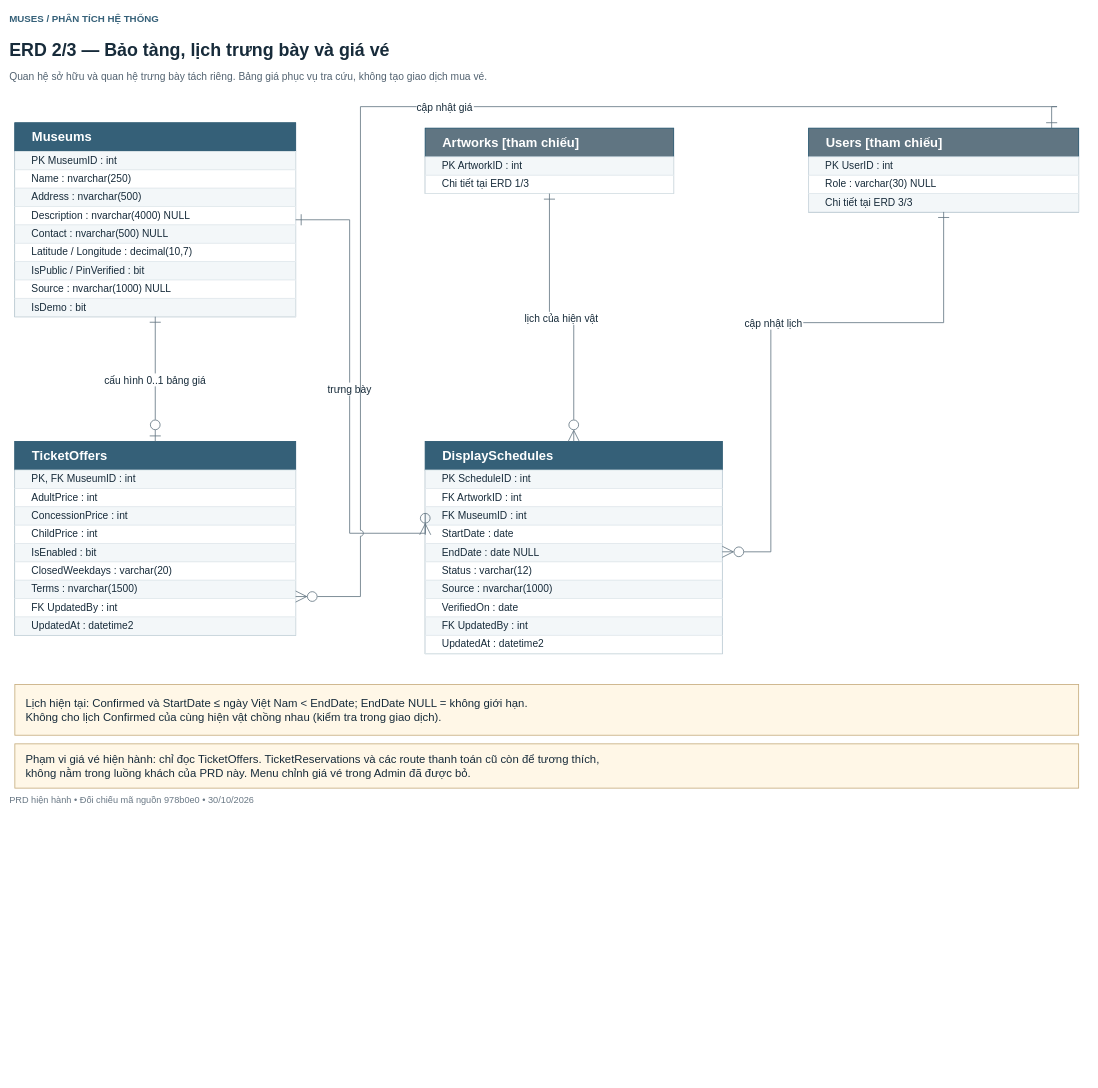
The draw.io diagram page "ERD 2/4 — Bảo tàng, lịch trưng bày và giá vé" (2 of 4) of docs/prd/diagrams/source/Muses_ERD.drawio in baybbut/CNPM_GROUP6, before the edit. Source tidied: cells renumbered, new cells numbered last; positions are measured from the earlier drawing's top-left corner, leaving out a move shared by most shapes. Both pictures are drawn from the tidied source at 54%, with x=0, y=0 at pixel (9, 9).
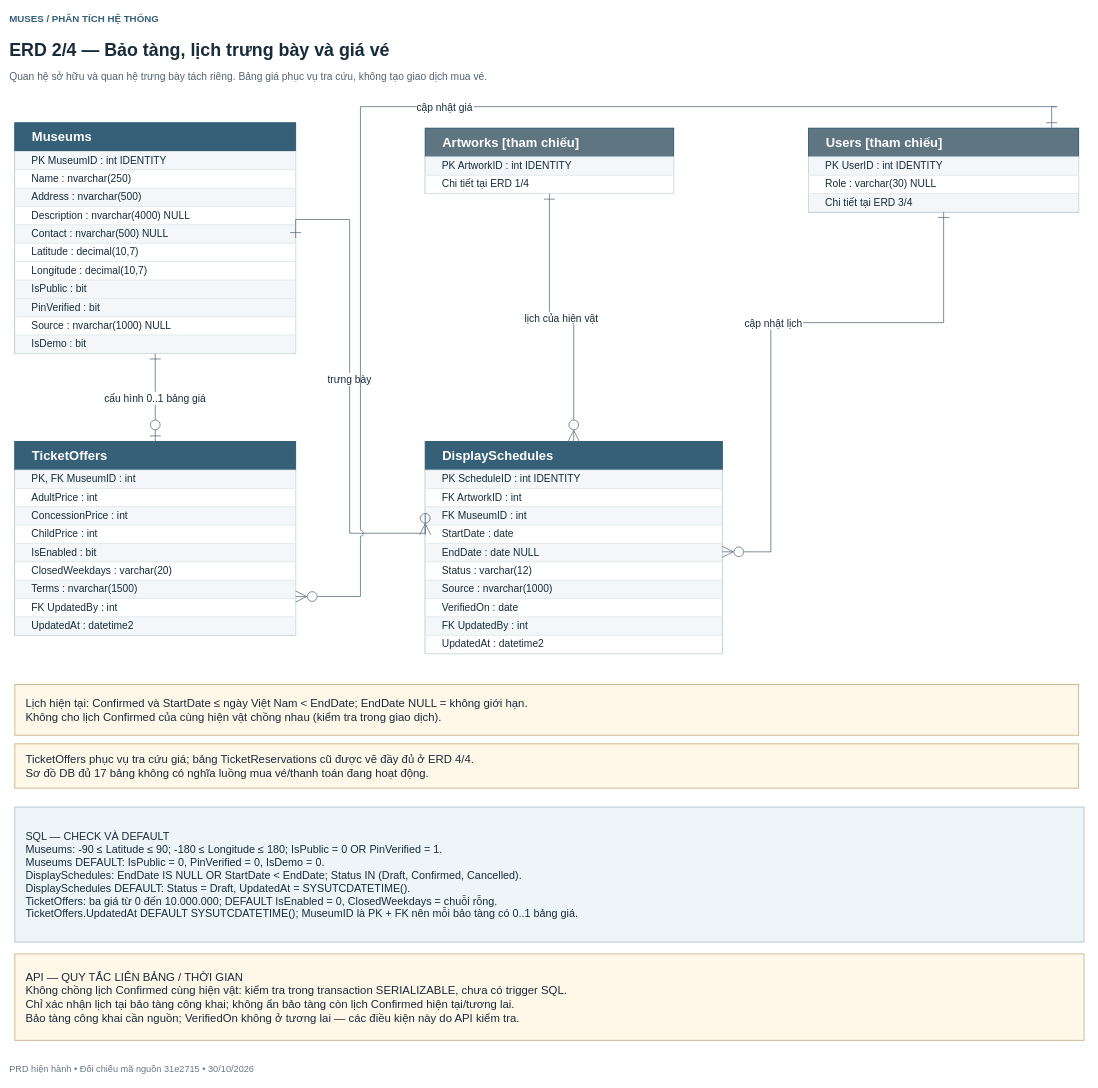
After the change.

The edit, as a diff of the source:
```diff
@@
-    <mxCell id="3" value="ERD 2/3 — Bảo tàng, lịch trưng bày và giá vé" style="fontFamily=Arial;html=0;convertToSvg=1;svgWhiteSpace=wrap;fontColor=#172B3A;text;strokeColor=none;fillColor=none;align=left;verticalAlign=middle;whiteSpace=wrap;overflow=hidden;fontSize=33;fontColor=#172B3A;fontStyle=1;spacing=0;" parent="1" vertex="1">
+    <mxCell id="3" value="ERD 2/4 — Bảo tàng, lịch trưng bày và giá vé" style="fontFamily=Arial;html=0;convertToSvg=1;svgWhiteSpace=wrap;fontColor=#172B3A;text;strokeColor=none;fillColor=none;align=left;verticalAlign=middle;whiteSpace=wrap;overflow=hidden;fontSize=33;fontColor=#172B3A;fontStyle=1;spacing=0;" parent="1" vertex="1">
       <mxGeometry y="44" width="2000" height="60" as="geometry" />
     </mxCell>
@@
-    <mxCell id="5" value="PRD hiện hành • Đối chiếu mã nguồn 978b0e0 • 30/10/2026" style="fontFamily=Arial;html=0;convertToSvg=1;svgWhiteSpace=wrap;fontColor=#172B3A;text;strokeColor=none;fillColor=none;align=left;verticalAlign=middle;whiteSpace=wrap;overflow=hidden;fontSize=17;fontColor=#687784;fontStyle=0;spacing=0;" parent="1" vertex="1">
-      <mxGeometry y="1449" width="2000" height="32" as="geometry" />
+    <mxCell id="5" value="PRD hiện hành • Đối chiếu mã nguồn 31e2715 • 30/10/2026" style="fontFamily=Arial;html=0;convertToSvg=1;svgWhiteSpace=wrap;fontColor=#172B3A;text;strokeColor=none;fillColor=none;align=left;verticalAlign=middle;whiteSpace=wrap;overflow=hidden;fontSize=17;fontColor=#687784;fontStyle=0;spacing=0;" parent="1" vertex="1">
+      <mxGeometry y="1948" width="2000" height="32" as="geometry" />
     </mxCell>
     <mxCell id="6" style="fontFamily=Arial;html=0;convertToSvg=1;svgWhiteSpace=wrap;fontColor=#172B3A;rounded=0;whiteSpace=wrap;fillColor=#FFFFFF;strokeColor=#356078;strokeWidth=1.5;fontSize=22;spacing=16;" parent="1" vertex="1">
-      <mxGeometry x="10" y="210" width="520" height="359" as="geometry" />
+      <mxGeometry x="10" y="210" width="520" height="427" as="geometry" />
     </mxCell>
@@
-    <mxCell id="8" value="PK  MuseumID : int" style="fontFamily=Arial;html=0;convertToSvg=1;svgWhiteSpace=wrap;fontColor=#172B3A;rounded=0;whiteSpace=wrap;fillColor=#F3F7F9;strokeColor=#E2E9ED;strokeWidth=1.5;fontSize=19;spacing=16;align=left;spacingLeft=15;spacingTop=0;spacingBottom=0;" parent="1" vertex="1">
+    <mxCell id="8" value="PK  MuseumID : int IDENTITY" style="fontFamily=Arial;html=0;convertToSvg=1;svgWhiteSpace=wrap;fontColor=#172B3A;rounded=0;whiteSpace=wrap;fillColor=#F3F7F9;strokeColor=#E2E9ED;strokeWidth=1.5;fontSize=19;spacing=16;align=left;spacingLeft=15;spacingTop=0;spacingBottom=0;" parent="1" vertex="1">
       <mxGeometry x="10" y="263" width="520" height="34" as="geometry" />
     </mxCell>
@@
-    <mxCell id="13" value="Latitude / Longitude : decimal(10,7)" style="fontFamily=Arial;html=0;convertToSvg=1;svgWhiteSpace=wrap;fontColor=#172B3A;rounded=0;whiteSpace=wrap;fillColor=#FFFFFF;strokeColor=#E2E9ED;strokeWidth=1.5;fontSize=19;spacing=16;align=left;spacingLeft=15;spacingTop=0;spacingBottom=0;" parent="1" vertex="1">
+    <mxCell id="13" value="Latitude : decimal(10,7)" style="fontFamily=Arial;html=0;convertToSvg=1;svgWhiteSpace=wrap;fontColor=#172B3A;rounded=0;whiteSpace=wrap;fillColor=#FFFFFF;strokeColor=#E2E9ED;strokeWidth=1.5;fontSize=19;spacing=16;align=left;spacingLeft=15;spacingTop=0;spacingBottom=0;" parent="1" vertex="1">
       <mxGeometry x="10" y="433" width="520" height="34" as="geometry" />
     </mxCell>
-    <mxCell id="14" value="IsPublic / PinVerified : bit" style="fontFamily=Arial;html=0;convertToSvg=1;svgWhiteSpace=wrap;fontColor=#172B3A;rounded=0;whiteSpace=wrap;fillColor=#F3F7F9;strokeColor=#E2E9ED;strokeWidth=1.5;fontSize=19;spacing=16;align=left;spacingLeft=15;spacingTop=0;spacingBottom=0;" parent="1" vertex="1">
-      <mxGeometry x="10" y="467" width="520" height="34" as="geometry" />
+    <mxCell id="14" value="IsPublic : bit" style="fontFamily=Arial;html=0;convertToSvg=1;svgWhiteSpace=wrap;fontColor=#172B3A;rounded=0;whiteSpace=wrap;fillColor=#F3F7F9;strokeColor=#E2E9ED;strokeWidth=1.5;fontSize=19;spacing=16;align=left;spacingLeft=15;spacingTop=0;spacingBottom=0;" parent="1" vertex="1">
+      <mxGeometry x="10" y="501" width="520" height="34" as="geometry" />
     </mxCell>
     <mxCell id="15" value="Source : nvarchar(1000) NULL" style="fontFamily=Arial;html=0;convertToSvg=1;svgWhiteSpace=wrap;fontColor=#172B3A;rounded=0;whiteSpace=wrap;fillColor=#FFFFFF;strokeColor=#E2E9ED;strokeWidth=1.5;fontSize=19;spacing=16;align=left;spacingLeft=15;spacingTop=0;spacingBottom=0;" parent="1" vertex="1">
-      <mxGeometry x="10" y="501" width="520" height="34" as="geometry" />
+      <mxGeometry x="10" y="569" width="520" height="34" as="geometry" />
     </mxCell>
     <mxCell id="16" value="IsDemo : bit" style="fontFamily=Arial;html=0;convertToSvg=1;svgWhiteSpace=wrap;fontColor=#172B3A;rounded=0;whiteSpace=wrap;fillColor=#F3F7F9;strokeColor=#E2E9ED;strokeWidth=1.5;fontSize=19;spacing=16;align=left;spacingLeft=15;spacingTop=0;spacingBottom=0;" parent="1" vertex="1">
-      <mxGeometry x="10" y="535" width="520" height="34" as="geometry" />
+      <mxGeometry x="10" y="603" width="520" height="34" as="geometry" />
     </mxCell>
@@
-    <mxCell id="19" value="PK  ArtworkID : int" style="fontFamily=Arial;html=0;convertToSvg=1;svgWhiteSpace=wrap;fontColor=#172B3A;rounded=0;whiteSpace=wrap;fillColor=#F3F7F9;strokeColor=#E2E9ED;strokeWidth=1.5;fontSize=19;spacing=16;align=left;spacingLeft=15;spacingTop=0;spacingBottom=0;" parent="1" vertex="1">
+    <mxCell id="19" value="PK  ArtworkID : int IDENTITY" style="fontFamily=Arial;html=0;convertToSvg=1;svgWhiteSpace=wrap;fontColor=#172B3A;rounded=0;whiteSpace=wrap;fillColor=#F3F7F9;strokeColor=#E2E9ED;strokeWidth=1.5;fontSize=19;spacing=16;align=left;spacingLeft=15;spacingTop=0;spacingBottom=0;" parent="1" vertex="1">
       <mxGeometry x="770" y="273" width="460" height="34" as="geometry" />
     </mxCell>
-    <mxCell id="20" value="Chi tiết tại ERD 1/3" style="fontFamily=Arial;html=0;convertToSvg=1;svgWhiteSpace=wrap;fontColor=#172B3A;rounded=0;whiteSpace=wrap;fillColor=#FFFFFF;strokeColor=#E2E9ED;strokeWidth=1.5;fontSize=19;spacing=16;align=left;spacingLeft=15;spacingTop=0;spacingBottom=0;" parent="1" vertex="1">
+    <mxCell id="20" value="Chi tiết tại ERD 1/4" style="fontFamily=Arial;html=0;convertToSvg=1;svgWhiteSpace=wrap;fontColor=#172B3A;rounded=0;whiteSpace=wrap;fillColor=#FFFFFF;strokeColor=#E2E9ED;strokeWidth=1.5;fontSize=19;spacing=16;align=left;spacingLeft=15;spacingTop=0;spacingBottom=0;" parent="1" vertex="1">
       <mxGeometry x="770" y="307" width="460" height="34" as="geometry" />
     </mxCell>
@@
-    <mxCell id="23" value="PK  UserID : int" style="fontFamily=Arial;html=0;convertToSvg=1;svgWhiteSpace=wrap;fontColor=#172B3A;rounded=0;whiteSpace=wrap;fillColor=#F3F7F9;strokeColor=#E2E9ED;strokeWidth=1.5;fontSize=19;spacing=16;align=left;spacingLeft=15;spacingTop=0;spacingBottom=0;" parent="1" vertex="1">
+    <mxCell id="23" value="PK  UserID : int IDENTITY" style="fontFamily=Arial;html=0;convertToSvg=1;svgWhiteSpace=wrap;fontColor=#172B3A;rounded=0;whiteSpace=wrap;fillColor=#F3F7F9;strokeColor=#E2E9ED;strokeWidth=1.5;fontSize=19;spacing=16;align=left;spacingLeft=15;spacingTop=0;spacingBottom=0;" parent="1" vertex="1">
       <mxGeometry x="1480" y="273" width="500" height="34" as="geometry" />
     </mxCell>
@@
-    <mxCell id="25" value="Chi tiết tại ERD 3/3" style="fontFamily=Arial;html=0;convertToSvg=1;svgWhiteSpace=wrap;fontColor=#172B3A;rounded=0;whiteSpace=wrap;fillColor=#F3F7F9;strokeColor=#E2E9ED;strokeWidth=1.5;fontSize=19;spacing=16;align=left;spacingLeft=15;spacingTop=0;spacingBottom=0;" parent="1" vertex="1">
+    <mxCell id="25" value="Chi tiết tại ERD 3/4" style="fontFamily=Arial;html=0;convertToSvg=1;svgWhiteSpace=wrap;fontColor=#172B3A;rounded=0;whiteSpace=wrap;fillColor=#F3F7F9;strokeColor=#E2E9ED;strokeWidth=1.5;fontSize=19;spacing=16;align=left;spacingLeft=15;spacingTop=0;spacingBottom=0;" parent="1" vertex="1">
       <mxGeometry x="1480" y="341" width="500" height="34" as="geometry" />
     </mxCell>
@@
-    <mxCell id="28" value="PK  ScheduleID : int" style="fontFamily=Arial;html=0;convertToSvg=1;svgWhiteSpace=wrap;fontColor=#172B3A;rounded=0;whiteSpace=wrap;fillColor=#F3F7F9;strokeColor=#E2E9ED;strokeWidth=1.5;fontSize=19;spacing=16;align=left;spacingLeft=15;spacingTop=0;spacingBottom=0;" parent="1" vertex="1">
+    <mxCell id="28" value="PK  ScheduleID : int IDENTITY" style="fontFamily=Arial;html=0;convertToSvg=1;svgWhiteSpace=wrap;fontColor=#172B3A;rounded=0;whiteSpace=wrap;fillColor=#F3F7F9;strokeColor=#E2E9ED;strokeWidth=1.5;fontSize=19;spacing=16;align=left;spacingLeft=15;spacingTop=0;spacingBottom=0;" parent="1" vertex="1">
       <mxGeometry x="770" y="853" width="550" height="34" as="geometry" />
     </mxCell>
@@
-    <mxCell id="55" value="Phạm vi giá vé hiện hành: chỉ đọc TicketOffers. TicketReservations và các route thanh toán cũ còn để tương thích,&#10;không nằm trong luồng khách của PRD này. Menu chỉnh giá vé trong Admin đã được bỏ." style="fontFamily=Arial;html=0;convertToSvg=1;svgWhiteSpace=wrap;fontColor=#172B3A;rounded=0;whiteSpace=wrap;fillColor=#FFF7E7;strokeColor=#C5AB7C;strokeWidth=1.5;fontSize=21;spacing=16;align=left;verticalAlign=middle;spacing=20;" parent="1" vertex="1">
+    <mxCell id="55" value="TicketOffers phục vụ tra cứu giá; bảng TicketReservations cũ được vẽ đầy đủ ở ERD 4/4.&#10;Sơ đồ DB đủ 17 bảng không có nghĩa luồng mua vé/thanh toán đang hoạt động." style="fontFamily=Arial;html=0;convertToSvg=1;svgWhiteSpace=wrap;fontColor=#172B3A;rounded=0;whiteSpace=wrap;fillColor=#FFF7E7;strokeColor=#C5AB7C;strokeWidth=1.5;fontSize=21;spacing=16;align=left;verticalAlign=middle;spacing=20;" parent="1" vertex="1">
       <mxGeometry x="10" y="1360" width="1970" height="82" as="geometry" />
     </mxCell>
+    <mxCell id="56" value="Longitude : decimal(10,7)" style="fontFamily=Arial;html=0;convertToSvg=1;svgWhiteSpace=wrap;fontColor=#172B3A;rounded=0;whiteSpace=wrap;fillColor=#FFFFFF;strokeColor=#E2E9ED;strokeWidth=1.5;fontSize=19;spacing=16;align=left;spacingLeft=15;spacingTop=0;spacingBottom=0;" parent="1" vertex="1">
+      <mxGeometry x="10" y="467" width="520" height="34" as="geometry" />
+    </mxCell>
+    <mxCell id="57" value="PinVerified : bit" style="fontFamily=Arial;html=0;convertToSvg=1;svgWhiteSpace=wrap;fontColor=#172B3A;rounded=0;whiteSpace=wrap;fillColor=#F3F7F9;strokeColor=#E2E9ED;strokeWidth=1.5;fontSize=19;spacing=16;align=left;spacingLeft=15;spacingTop=0;spacingBottom=0;" parent="1" vertex="1">
+      <mxGeometry x="10" y="535" width="520" height="34" as="geometry" />
+    </mxCell>
+    <mxCell id="58" value="SQL — CHECK VÀ DEFAULT&#10;Museums: -90 ≤ Latitude ≤ 90; -180 ≤ Longitude ≤ 180; IsPublic = 0 OR PinVerified = 1.&#10;Museums DEFAULT: IsPublic = 0, PinVerified = 0, IsDemo = 0.&#10;DisplaySchedules: EndDate IS NULL OR StartDate &lt; EndDate; Status IN (Draft, Confirmed, Cancelled).&#10;DisplaySchedules DEFAULT: Status = Draft, UpdatedAt = SYSUTCDATETIME().&#10;TicketOffers: ba giá từ 0 đến 10.000.000; DEFAULT IsEnabled = 0, ClosedWeekdays = chuỗi rỗng.&#10;TicketOffers.UpdatedAt DEFAULT SYSUTCDATETIME(); MuseumID là PK + FK nên mỗi bảo tàng có 0..1 bảng giá." style="fontFamily=Arial;html=0;convertToSvg=1;svgWhiteSpace=wrap;fontColor=#172B3A;rounded=0;whiteSpace=wrap;fillColor=#EEF5F9;strokeColor=#A8BDC9;strokeWidth=1.5;fontSize=20;spacing=16;align=left;spacing=20;" parent="1" vertex="1">
+      <mxGeometry x="10" y="1477" width="1980" height="250" as="geometry" />
+    </mxCell>
+    <mxCell id="59" value="API — QUY TẮC LIÊN BẢNG / THỜI GIAN&#10;Không chồng lịch Confirmed cùng hiện vật: kiểm tra trong transaction SERIALIZABLE, chưa có trigger SQL.&#10;Chỉ xác nhận lịch tại bảo tàng công khai; không ẩn bảo tàng còn lịch Confirmed hiện tại/tương lai.&#10;Bảo tàng công khai cần nguồn; VerifiedOn không ở tương lai — các điều kiện này do API kiểm tra." style="fontFamily=Arial;html=0;convertToSvg=1;svgWhiteSpace=wrap;fontColor=#172B3A;rounded=0;whiteSpace=wrap;fillColor=#FFF7E7;strokeColor=#C5AB7C;strokeWidth=1.5;fontSize=21;spacing=16;align=left;verticalAlign=middle;spacing=20;" parent="1" vertex="1">
+      <mxGeometry x="10" y="1749" width="1980" height="160" as="geometry" />
+    </mxCell>
```
